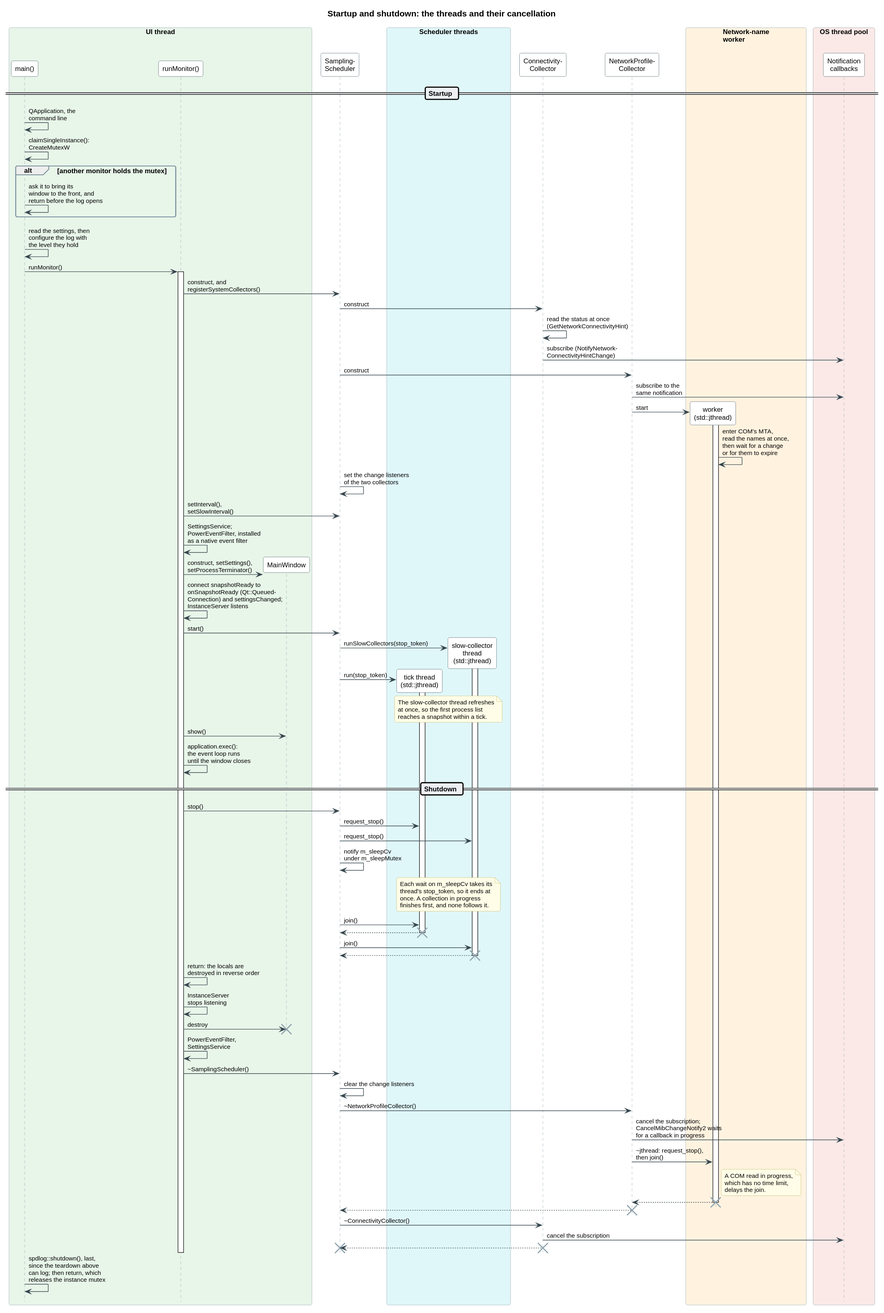
Above: docs/diagrams/startup_shutdown_sequence.svg in DunderGG/verdandi (PlantUML), before the change. Its diagram source:
```plantuml
@startuml
!include style.iuml

title Startup and shutdown: the threads and their cancellation

box "UI thread" $UI_THREAD_COLOR
    participant "main()" as main
    participant "runMonitor()" as runMonitor
    participant MainWindow as window
end box

participant "Sampling-\nScheduler" as scheduler

box "Scheduler threads" $SLOW_THREAD_COLOR
    participant "tick thread\n(std::jthread)" as tickThread
    participant "slow-collector\nthread\n(std::jthread)" as slowThread
end box

participant "Connectivity-\nCollector" as connectivity
participant "NetworkProfile-\nCollector" as profiles

box "Network-name\nworker" $WORKER_THREAD_COLOR
    participant "worker\n(std::jthread)" as worker
end box

box "OS thread pool" $OS_THREAD_COLOR
    participant "Notification\ncallbacks" as callback
end box

== Startup ==

main -> main : QApplication, the\ncommand line
main -> main : claimSingleInstance():\nCreateMutexW
alt another monitor holds the mutex
    main -> main : ask it to bring its\nwindow to the front, and\nreturn before the log opens
end
main -> main : read the settings, then\nconfigure the log with\nthe level they hold
main -> runMonitor : runMonitor()
activate runMonitor

runMonitor -> scheduler : construct, and\nregisterSystemCollectors()
scheduler -> connectivity : construct
connectivity -> connectivity : read the status at once\n(GetNetworkConnectivityHint)
connectivity -> callback : subscribe (NotifyNetwork-\nConnectivityHintChange)
scheduler -> profiles : construct
profiles -> callback : subscribe to the\nsame notification
profiles -> worker ** : start
activate worker
worker -> worker : enter COM's MTA,\nread the names at once,\nthen wait for a change\nor for them to expire
scheduler -> scheduler : set the change listeners\nof the two collectors
runMonitor -> scheduler : setInterval(),\nsetSlowInterval()
runMonitor -> runMonitor : SettingsService;\nPowerEventFilter, installed\nas a native event filter
runMonitor -> window ** : construct, setSettings(),\nsetProcessTerminator()
runMonitor -> runMonitor : connect snapshotReady to\nonSnapshotReady (Qt::Queued-\nConnection) and settingsChanged;\nInstanceServer listens
runMonitor -> scheduler : start()
scheduler -> slowThread ** : runSlowCollectors(stop_token)
activate slowThread
scheduler -> tickThread ** : run(stop_token)
activate tickThread
note over tickThread, slowThread
    The slow-collector thread refreshes
    at once, so the first process list
    reaches a snapshot within a tick.
end note
runMonitor -> window : show()
runMonitor -> runMonitor : application.exec():\nthe event loop runs\nuntil the window closes

== Shutdown ==

runMonitor -> scheduler : stop()
scheduler -> tickThread : request_stop()
scheduler -> slowThread : request_stop()
scheduler -> scheduler : notify m_sleepCv\nunder m_sleepMutex
note over tickThread, slowThread
    Each wait on m_sleepCv takes its
    thread's stop_token, so it ends at
    once. A collection in progress
    finishes first, and none follows it.
end note
scheduler -> tickThread : join()
tickThread --> scheduler
destroy tickThread
scheduler -> slowThread : join()
slowThread --> scheduler
destroy slowThread

runMonitor -> runMonitor : return: the locals are\ndestroyed in reverse order
runMonitor -> runMonitor : InstanceServer\nstops listening
runMonitor -> window !! : destroy
runMonitor -> runMonitor : PowerEventFilter,\nSettingsService
runMonitor -> scheduler : ~SamplingScheduler()
scheduler -> scheduler : clear the change listeners
scheduler -> profiles : ~NetworkProfileCollector()
profiles -> callback : cancel the subscription;\nCancelMibChangeNotify2 waits\nfor a callback in progress
profiles -> worker : ~jthread: request_stop(),\nthen join()
note right of worker
    A COM read in progress,
    which has no time limit,
    delays the join.
end note
worker --> profiles
destroy worker
profiles --> scheduler
destroy profiles
scheduler -> connectivity : ~ConnectivityCollector()
connectivity -> callback : cancel the subscription
connectivity --> scheduler
destroy connectivity
destroy scheduler
deactivate runMonitor

main -> main : spdlog::shutdown(), last,\nsince the teardown above\ncan log; then return, which\nreleases the instance mutex
@enduml
```
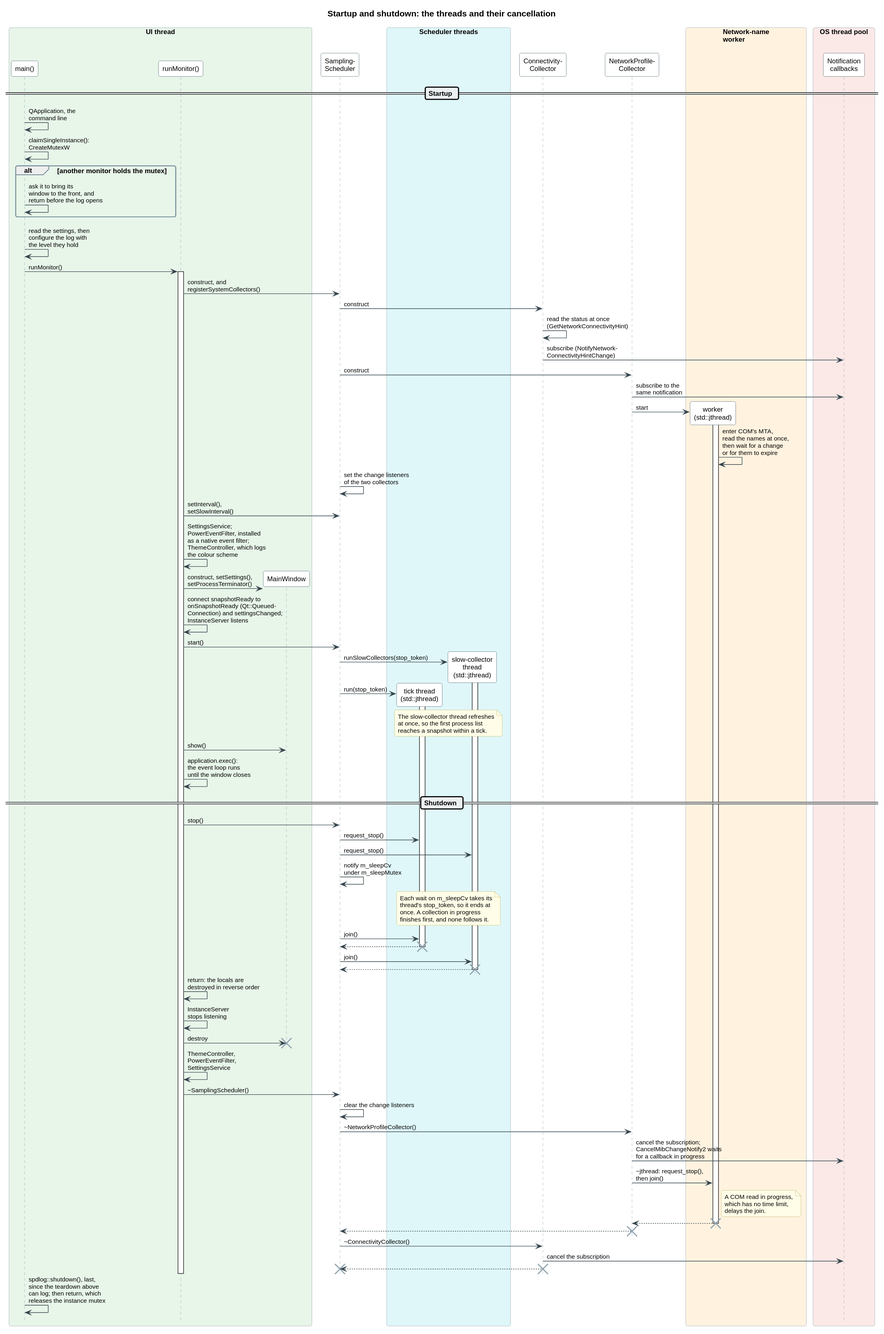
Above is the later version.

Diff of the diagram source:
```diff
@@ -49,7 +49,7 @@
 worker -> worker : enter COM's MTA,\nread the names at once,\nthen wait for a change\nor for them to expire
 scheduler -> scheduler : set the change listeners\nof the two collectors
 runMonitor -> scheduler : setInterval(),\nsetSlowInterval()
-runMonitor -> runMonitor : SettingsService;\nPowerEventFilter, installed\nas a native event filter
+runMonitor -> runMonitor : SettingsService;\nPowerEventFilter, installed\nas a native event filter;\nThemeController, which logs\nthe colour scheme
 runMonitor -> window ** : construct, setSettings(),\nsetProcessTerminator()
 runMonitor -> runMonitor : connect snapshotReady to\nonSnapshotReady (Qt::Queued-\nConnection) and settingsChanged;\nInstanceServer listens
 runMonitor -> scheduler : start()
@@ -87,7 +87,7 @@
 runMonitor -> runMonitor : return: the locals are\ndestroyed in reverse order
 runMonitor -> runMonitor : InstanceServer\nstops listening
 runMonitor -> window !! : destroy
-runMonitor -> runMonitor : PowerEventFilter,\nSettingsService
+runMonitor -> runMonitor : ThemeController,\nPowerEventFilter,\nSettingsService
 runMonitor -> scheduler : ~SamplingScheduler()
 scheduler -> scheduler : clear the change listeners
 scheduler -> profiles : ~NetworkProfileCollector()
```
